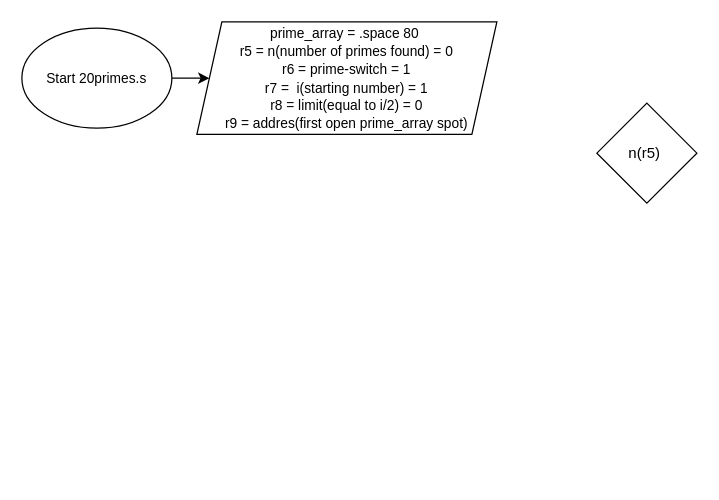
This is ECE 255/20primes.sFlowChart.drawio from amirabdullahi1/gold, a draw.io file, before an edit. Source tidied: cells renumbered, new cells numbered last; positions are measured from the earlier drawing's top-left corner, leaving out a move shared by most shapes. Both pictures are drawn from the tidied source at 125%, with x=0, y=0 at pixel (21, 21).
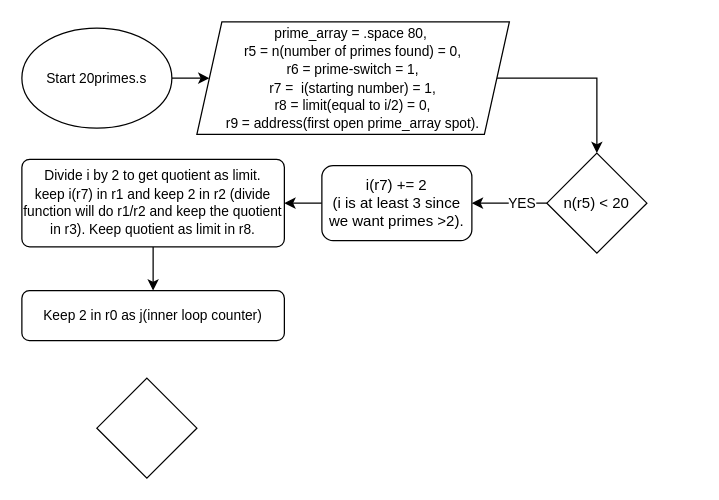
Above is the later version.

Diff of the diagram source:
```diff
@@
 <mxGraphModel>
   <root>
     <mxCell id="0" />
     <mxCell id="1" parent="0" />
     <mxCell id="2" style="edgeStyle=orthogonalEdgeStyle;rounded=0;jettySize=auto;html=1;" parent="1" edge="1" source="3" target="4">
       <mxGeometry relative="1" as="geometry" />
     </mxCell>
     <mxCell id="3" value="Start 20primes.s" style="ellipse;whiteSpace=wrap;html=1;fontSize=11;" parent="1" vertex="1">
       <mxGeometry y="5" width="120" height="80" as="geometry" />
     </mxCell>
+    <mxCell id="6" style="edgeStyle=orthogonalEdgeStyle;rounded=0;jettySize=auto;html=1;exitX=1;exitY=0.5;exitDx=0;exitDy=0;entryX=0.5;entryY=0;entryDx=0;entryDy=0;" parent="1" edge="1" source="4" target="5">
+      <mxGeometry relative="1" as="geometry" />
+    </mxCell>
-    <mxCell id="4" value="&lt;font style=&quot;font-size: 11px;&quot;&gt;prime_array = .space 80&amp;nbsp;&lt;/font&gt;&lt;div&gt;&lt;font style=&quot;font-size: 11px;&quot;&gt;r5 = n(number of primes found) = 0&lt;/font&gt;&lt;/div&gt;&lt;div&gt;&lt;font style=&quot;font-size: 11px;&quot;&gt;r6 = prime-switch = 1&lt;/font&gt;&lt;/div&gt;&lt;div&gt;&lt;font style=&quot;font-size: 11px;&quot;&gt;r7 =&amp;nbsp; i(starting number) = 1&lt;/font&gt;&lt;/div&gt;&lt;div&gt;&lt;font style=&quot;font-size: 11px;&quot;&gt;r8 = limit(equal to i/2) = 0&lt;/font&gt;&lt;/div&gt;&lt;div&gt;&lt;font style=&quot;font-size: 11px;&quot;&gt;r9 = addres(first open prime_array spot)&lt;/font&gt;&lt;/div&gt;" style="shape=parallelogram;perimeter=parallelogramPerimeter;whiteSpace=wrap;html=1;fixedSize=1;" parent="1" vertex="1">
-      <mxGeometry x="140" width="240" height="90" as="geometry" />
+    <mxCell id="4" value="&lt;font style=&quot;font-size: 11px;&quot;&gt;prime_array = .space 80,&amp;nbsp;&lt;/font&gt;&lt;div&gt;&lt;font style=&quot;font-size: 11px;&quot;&gt;r5 = n(number of primes found) = 0,&lt;/font&gt;&lt;/div&gt;&lt;div&gt;&lt;font style=&quot;font-size: 11px;&quot;&gt;r6 = prime-switch = 1,&lt;/font&gt;&lt;/div&gt;&lt;div&gt;&lt;font style=&quot;font-size: 11px;&quot;&gt;r7 =&amp;nbsp; i(starting number) = 1,&lt;/font&gt;&lt;/div&gt;&lt;div&gt;&lt;font style=&quot;font-size: 11px;&quot;&gt;r8 = limit(equal to i/2) = 0,&lt;/font&gt;&lt;/div&gt;&lt;div&gt;&lt;font style=&quot;font-size: 11px;&quot;&gt;r9 = address(first open prime_array spot).&lt;/font&gt;&lt;/div&gt;" style="shape=parallelogram;perimeter=parallelogramPerimeter;whiteSpace=wrap;html=1;fixedSize=1;" parent="1" vertex="1">
+      <mxGeometry x="140" width="250" height="90" as="geometry" />
     </mxCell>
+    <mxCell id="7" value="YES" style="edgeStyle=orthogonalEdgeStyle;rounded=0;jettySize=auto;html=1;exitX=0;exitY=0.5;exitDx=0;exitDy=0;entryX=1;entryY=0.5;entryDx=0;entryDy=0;" parent="1" edge="1" source="5" target="9">
+      <mxGeometry x="-0.33" relative="1" as="geometry" />
+    </mxCell>
-    <mxCell id="5" value="n(r5)&amp;nbsp;" style="rhombus;whiteSpace=wrap;html=1;" parent="1" vertex="1">
-      <mxGeometry x="460" y="65" width="80" height="80" as="geometry" />
+    <mxCell id="5" value="n(r5) &amp;lt; 20" style="rhombus;whiteSpace=wrap;html=1;" parent="1" vertex="1">
+      <mxGeometry x="420" y="105" width="80" height="80" as="geometry" />
     </mxCell>
+    <mxCell id="8" style="edgeStyle=orthogonalEdgeStyle;rounded=0;jettySize=auto;html=1;entryX=1;entryY=0.5;entryDx=0;entryDy=0;" parent="1" edge="1" source="9" target="11">
+      <mxGeometry relative="1" as="geometry" />
+    </mxCell>
+    <mxCell id="9" value="i(r7) += 2&lt;div&gt;(i is at least 3 since we want primes &amp;gt;2).&lt;/div&gt;" style="rounded=1;whiteSpace=wrap;html=1;" parent="1" vertex="1">
+      <mxGeometry x="240" y="115" width="120" height="60" as="geometry" />
+    </mxCell>
+    <mxCell id="10" style="edgeStyle=orthogonalEdgeStyle;rounded=0;jettySize=auto;html=1;entryX=0.5;entryY=0;entryDx=0;entryDy=0;" parent="1" edge="1" source="11" target="12">
+      <mxGeometry relative="1" as="geometry" />
+    </mxCell>
+    <mxCell id="11" value="&lt;div style=&quot;font-size: 11px;&quot;&gt;&lt;font style=&quot;font-size: 11px;&quot;&gt;Divide i by 2 to get quotient as limit.&lt;/font&gt;&lt;/div&gt;&lt;font style=&quot;font-size: 11px;&quot;&gt;keep i(r7) in r1 and keep 2 in r2 (divide function will do r1/r2 and keep the quotient in r3). Keep quotient as limit in r8.&lt;/font&gt;" style="rounded=1;whiteSpace=wrap;html=1;arcSize=9;" parent="1" vertex="1">
+      <mxGeometry y="110" width="210" height="70" as="geometry" />
+    </mxCell>
+    <mxCell id="12" value="&lt;font style=&quot;font-size: 11px;&quot;&gt;Keep 2 in r0 as j(inner loop counter)&lt;/font&gt;" style="rounded=1;whiteSpace=wrap;html=1;" parent="1" vertex="1">
+      <mxGeometry y="215" width="210" height="40" as="geometry" />
+    </mxCell>
+    <mxCell id="13" style="rhombus;whiteSpace=wrap;html=1;" parent="1" vertex="1">
+      <mxGeometry x="60" y="285" width="80" height="80" as="geometry" />
+    </mxCell>
   </root>
 </mxGraphModel>
```
